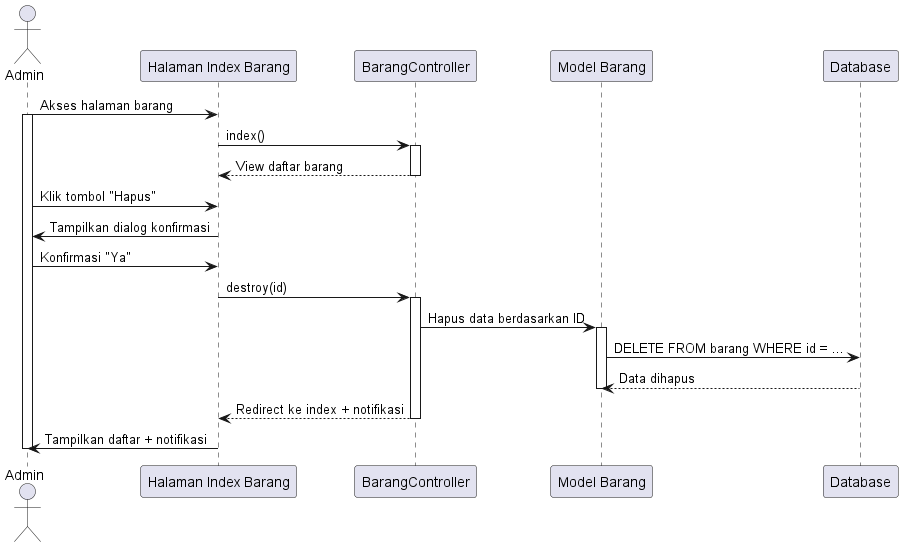
This is out/sequence diagram/barang/menghapus_barang/menghapus_barang.png from tengahcang/UML_TA, a PlantUML export, as it was before one commit. Source of this version:
```plantuml
@startuml
actor Admin

participant "Halaman Index Barang" as BarangIndex
participant "BarangController" as BarangController
participant "Model Barang" as BarangModel
participant "Database" as DB

Admin -> BarangIndex: Akses halaman barang
activate Admin
BarangIndex -> BarangController: index()
activate BarangController
BarangController --> BarangIndex: View daftar barang
deactivate BarangController

Admin -> BarangIndex: Klik tombol "Hapus"
BarangIndex -> Admin: Tampilkan dialog konfirmasi
Admin -> BarangIndex: Konfirmasi "Ya"

BarangIndex -> BarangController: destroy(id)
activate BarangController

BarangController -> BarangModel: Hapus data berdasarkan ID
activate BarangModel
BarangModel -> DB: DELETE FROM barang WHERE id = ...
DB --> BarangModel: Data dihapus
deactivate BarangModel

BarangController --> BarangIndex: Redirect ke index + notifikasi
deactivate BarangController

BarangIndex -> Admin: Tampilkan daftar + notifikasi
deactivate Admin

@enduml
```
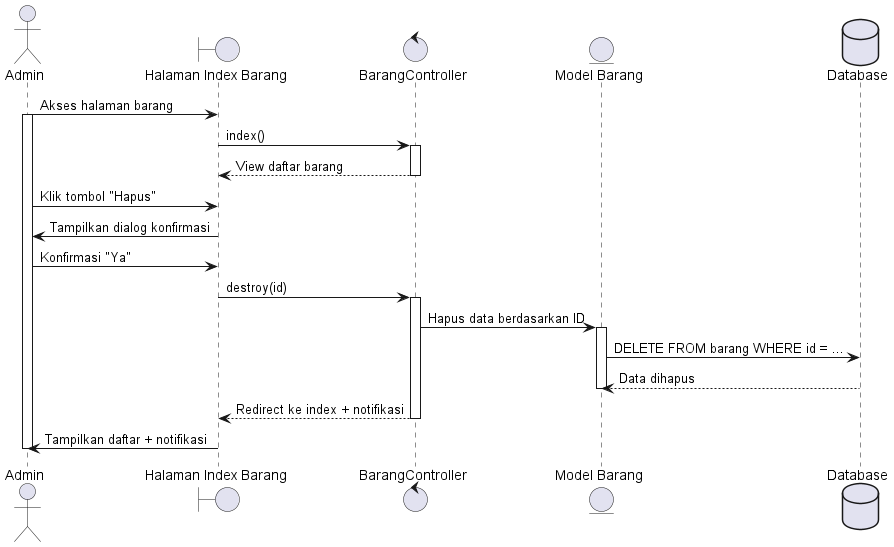
The same diagram one commit later.

The edit, as a diff of the source:
```diff
@@ -1,10 +1,10 @@
 @startuml
 actor Admin
 
-participant "Halaman Index Barang" as BarangIndex
-participant "BarangController" as BarangController
-participant "Model Barang" as BarangModel
-participant "Database" as DB
+boundary "Halaman Index Barang" as BarangIndex
+control "BarangController" as BarangController
+entity "Model Barang" as BarangModel
+database "Database" as DB
 
 Admin -> BarangIndex: Akses halaman barang
 activate Admin
```
